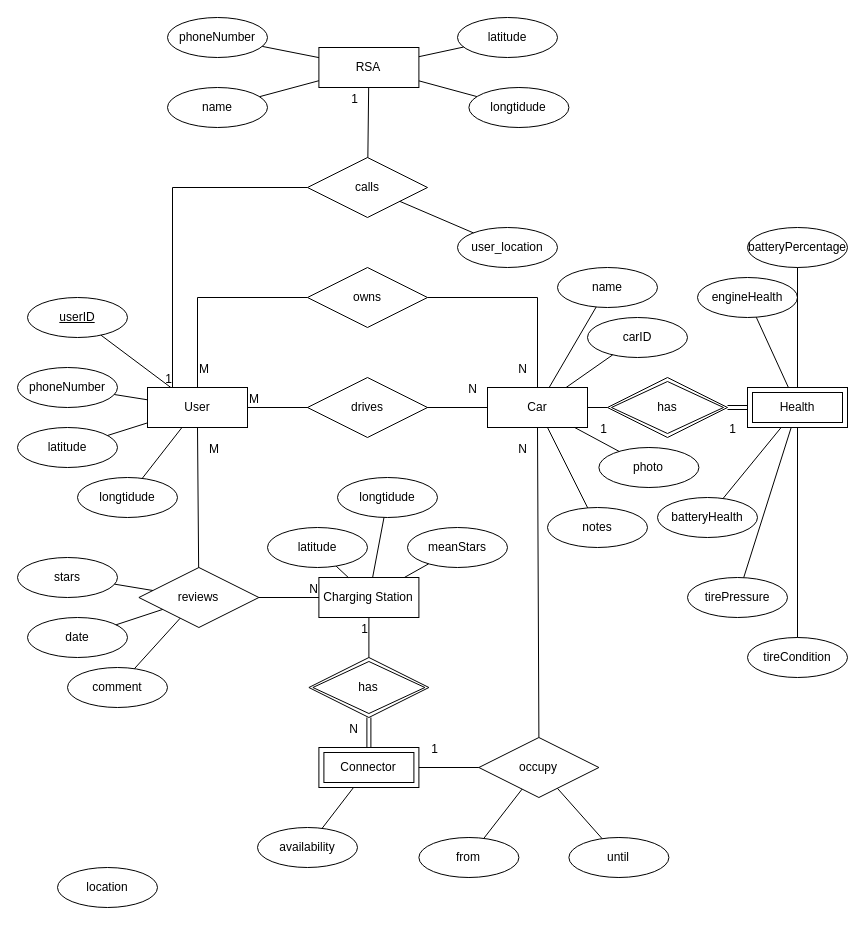
The draw.io diagram EVPoint ERdiagram.drawio in johnkouk469/DatabasesCourse2021, before the edit. Source tidied: cells renumbered, new cells numbered last; positions are measured from the earlier drawing's top-left corner, leaving out a move shared by most shapes. Both pictures are drawn from the tidied source at 100%, with x=0, y=0 at pixel (17, 17).
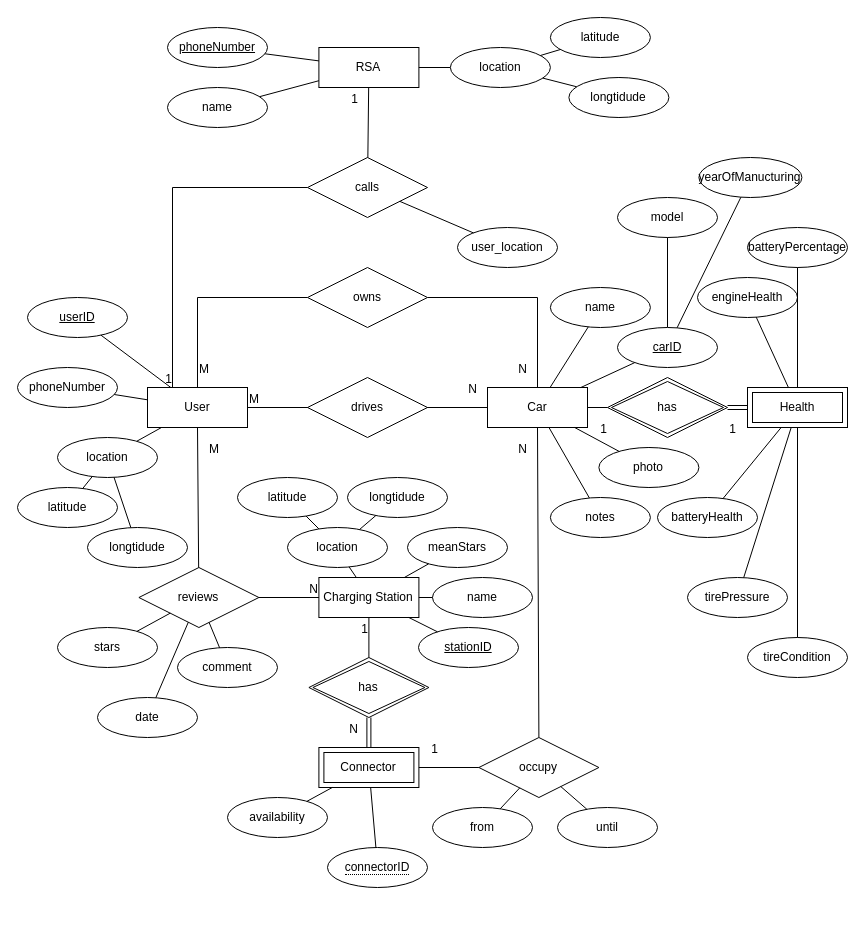
The same diagram, later.

The change refers to these unchanged cells:
```xml
<mxCell id="2" value="User" style="whiteSpace=wrap;html=1;align=center;" parent="1" vertex="1">
  <mxGeometry x="130" y="370" width="100" height="40" as="geometry" />
</mxCell>
<mxCell id="3" value="Charging Station" style="whiteSpace=wrap;html=1;align=center;" parent="1" vertex="1">
  <mxGeometry x="301.4" y="560" width="100" height="40" as="geometry" />
</mxCell>
<mxCell id="34" value="RSA" style="whiteSpace=wrap;html=1;align=center;" parent="1" vertex="1">
  <mxGeometry x="301.4" y="30" width="100" height="40" as="geometry" />
</mxCell>
<mxCell id="38" value="Connector" style="shape=ext;margin=3;double=1;whiteSpace=wrap;html=1;align=center;" parent="1" vertex="1">
  <mxGeometry x="301.4" y="730" width="100" height="40" as="geometry" />
</mxCell>
```

What changed in the source:
```diff
@@
     <mxCell id="28" value="date" style="ellipse;whiteSpace=wrap;html=1;align=center;" parent="1" vertex="1">
-      <mxGeometry x="10" y="600" width="100" height="40" as="geometry" />
+      <mxGeometry x="80" y="680" width="100" height="40" as="geometry" />
     </mxCell>
@@
     <mxCell id="30" value="until" style="ellipse;whiteSpace=wrap;html=1;align=center;" parent="1" vertex="1">
-      <mxGeometry x="551.4" y="820" width="100" height="40" as="geometry" />
+      <mxGeometry x="540" y="790" width="100" height="40" as="geometry" />
     </mxCell>
     <mxCell id="31" value="from" style="ellipse;whiteSpace=wrap;html=1;align=center;" parent="1" vertex="1">
-      <mxGeometry x="401.4" y="820" width="100" height="40" as="geometry" />
+      <mxGeometry x="415" y="790" width="100" height="40" as="geometry" />
     </mxCell>
@@
-    <mxCell id="51" value="latitude" style="ellipse;whiteSpace=wrap;html=1;align=center;" parent="1" vertex="1">
-      <mxGeometry y="410" width="100" height="40" as="geometry" />
-    </mxCell>
-    <mxCell id="52" value="longtidude" style="ellipse;whiteSpace=wrap;html=1;align=center;" parent="1" vertex="1">
-      <mxGeometry x="60" y="460" width="100" height="40" as="geometry" />
-    </mxCell>
@@
-    <mxCell id="56" style="endArrow=none;html=1;rounded=0;" parent="1" edge="1" source="51" target="2">
-      <mxGeometry relative="1" as="geometry" />
-    </mxCell>
-    <mxCell id="57" style="endArrow=none;html=1;rounded=0;" parent="1" edge="1" source="52" target="2">
+    <mxCell id="57" style="endArrow=none;html=1;rounded=0;" parent="1" edge="1" source="107" target="2">
       <mxGeometry relative="1" as="geometry" />
     </mxCell>
-    <mxCell id="58" value="longtidude" style="ellipse;whiteSpace=wrap;html=1;align=center;" parent="1" vertex="1">
-      <mxGeometry x="320" y="460" width="100" height="40" as="geometry" />
-    </mxCell>
-    <mxCell id="59" value="latitude" style="ellipse;whiteSpace=wrap;html=1;align=center;" parent="1" vertex="1">
-      <mxGeometry x="250" y="510" width="100" height="40" as="geometry" />
-    </mxCell>
-    <mxCell id="60" style="endArrow=none;html=1;rounded=0;" parent="1" edge="1" source="58" target="3">
-      <mxGeometry relative="1" as="geometry" />
-    </mxCell>
-    <mxCell id="61" style="endArrow=none;html=1;rounded=0;" parent="1" edge="1" source="59" target="3">
+    <mxCell id="61" style="endArrow=none;html=1;rounded=0;" parent="1" edge="1" source="97" target="3">
       <mxGeometry relative="1" as="geometry" />
     </mxCell>
     <mxCell id="62" value="stars" style="ellipse;whiteSpace=wrap;html=1;align=center;" parent="1" vertex="1">
-      <mxGeometry y="540" width="100" height="40" as="geometry" />
+      <mxGeometry x="40" y="610" width="100" height="40" as="geometry" />
     </mxCell>
@@
     <mxCell id="64" value="comment" style="ellipse;whiteSpace=wrap;html=1;align=center;" parent="1" vertex="1">
-      <mxGeometry x="50" y="650" width="100" height="40" as="geometry" />
+      <mxGeometry x="160" y="630" width="100" height="40" as="geometry" />
     </mxCell>
@@
     <mxCell id="68" value="availability" style="ellipse;whiteSpace=wrap;html=1;align=center;" parent="1" vertex="1">
-      <mxGeometry x="240" y="810" width="100" height="40" as="geometry" />
+      <mxGeometry x="210" y="780" width="100" height="40" as="geometry" />
     </mxCell>
@@
     <mxCell id="70" value="name" style="ellipse;whiteSpace=wrap;html=1;align=center;" parent="1" vertex="1">
-      <mxGeometry x="540" y="250" width="100" height="40" as="geometry" />
+      <mxGeometry x="532.9" y="270" width="100" height="40" as="geometry" />
     </mxCell>
-    <mxCell id="71" value="carID" style="ellipse;whiteSpace=wrap;html=1;align=center;" parent="1" vertex="1">
-      <mxGeometry x="570" y="300" width="100" height="40" as="geometry" />
-    </mxCell>
@@
     <mxCell id="73" value="notes" style="ellipse;whiteSpace=wrap;html=1;align=center;" parent="1" vertex="1">
-      <mxGeometry x="530" y="490" width="100" height="40" as="geometry" />
+      <mxGeometry x="532.9" y="480" width="100" height="40" as="geometry" />
     </mxCell>
@@
-    <mxCell id="88" value="location" style="ellipse;whiteSpace=wrap;html=1;align=center;" parent="1" vertex="1">
-      <mxGeometry x="40" y="850" width="100" height="40" as="geometry" />
-    </mxCell>
-    <mxCell id="89" value="latitude" style="ellipse;whiteSpace=wrap;html=1;align=center;" parent="1" vertex="1">
-      <mxGeometry x="440" width="100" height="40" as="geometry" />
-    </mxCell>
-    <mxCell id="90" style="endArrow=none;html=1;rounded=0;" parent="1" edge="1" source="34" target="89">
-      <mxGeometry relative="1" as="geometry" />
-    </mxCell>
-    <mxCell id="91" value="longtidude" style="ellipse;whiteSpace=wrap;html=1;align=center;" parent="1" vertex="1">
-      <mxGeometry x="451.4" y="70" width="100" height="40" as="geometry" />
-    </mxCell>
-    <mxCell id="92" style="endArrow=none;html=1;rounded=0;" parent="1" edge="1" source="91" target="34">
+    <mxCell id="92" style="endArrow=none;html=1;rounded=0;" parent="1" edge="1" source="102" target="34">
       <mxGeometry relative="1" as="geometry" />
     </mxCell>
-    <mxCell id="93" value="phoneNumber" style="ellipse;whiteSpace=wrap;html=1;align=center;" parent="1" vertex="1">
-      <mxGeometry x="150" width="100" height="40" as="geometry" />
-    </mxCell>
@@
+    <mxCell id="97" value="location" style="ellipse;whiteSpace=wrap;html=1;align=center;" parent="1" vertex="1">
+      <mxGeometry x="270" y="510" width="100" height="40" as="geometry" />
+    </mxCell>
+    <mxCell id="98" value="latitude" style="ellipse;whiteSpace=wrap;html=1;align=center;" parent="1" vertex="1">
+      <mxGeometry x="220" y="460" width="100" height="40" as="geometry" />
+    </mxCell>
+    <mxCell id="99" value="longtidude" style="ellipse;whiteSpace=wrap;html=1;align=center;" parent="1" vertex="1">
+      <mxGeometry x="330" y="460" width="100" height="40" as="geometry" />
+    </mxCell>
+    <mxCell id="100" style="endArrow=none;html=1;rounded=0;" parent="1" edge="1" source="97" target="99">
+      <mxGeometry relative="1" as="geometry" />
+    </mxCell>
+    <mxCell id="101" style="endArrow=none;html=1;rounded=0;" parent="1" edge="1" source="97" target="98">
+      <mxGeometry relative="1" as="geometry" />
+    </mxCell>
+    <mxCell id="102" value="location" style="ellipse;whiteSpace=wrap;html=1;align=center;" parent="1" vertex="1">
+      <mxGeometry x="432.9" y="30" width="100" height="40" as="geometry" />
+    </mxCell>
+    <mxCell id="103" value="latitude" style="ellipse;whiteSpace=wrap;html=1;align=center;" parent="1" vertex="1">
+      <mxGeometry x="532.9" width="100" height="40" as="geometry" />
+    </mxCell>
+    <mxCell id="104" value="longtidude" style="ellipse;whiteSpace=wrap;html=1;align=center;" parent="1" vertex="1">
+      <mxGeometry x="551.4" y="60" width="100" height="40" as="geometry" />
+    </mxCell>
+    <mxCell id="105" style="endArrow=none;html=1;rounded=0;" parent="1" edge="1" source="102" target="104">
+      <mxGeometry relative="1" as="geometry" />
+    </mxCell>
+    <mxCell id="106" style="endArrow=none;html=1;rounded=0;" parent="1" edge="1" source="102" target="103">
+      <mxGeometry relative="1" as="geometry" />
+    </mxCell>
+    <mxCell id="107" value="location" style="ellipse;whiteSpace=wrap;html=1;align=center;" parent="1" vertex="1">
+      <mxGeometry x="40" y="420" width="100" height="40" as="geometry" />
+    </mxCell>
+    <mxCell id="108" value="latitude" style="ellipse;whiteSpace=wrap;html=1;align=center;" parent="1" vertex="1">
+      <mxGeometry y="470" width="100" height="40" as="geometry" />
+    </mxCell>
+    <mxCell id="109" value="longtidude" style="ellipse;whiteSpace=wrap;html=1;align=center;" parent="1" vertex="1">
+      <mxGeometry x="70" y="510" width="100" height="40" as="geometry" />
+    </mxCell>
+    <mxCell id="110" style="endArrow=none;html=1;rounded=0;" parent="1" edge="1" source="107" target="109">
+      <mxGeometry relative="1" as="geometry" />
+    </mxCell>
+    <mxCell id="111" style="endArrow=none;html=1;rounded=0;" parent="1" edge="1" source="107" target="108">
+      <mxGeometry relative="1" as="geometry" />
+    </mxCell>
+    <mxCell id="112" value="model" style="ellipse;whiteSpace=wrap;html=1;align=center;" parent="1" vertex="1">
+      <mxGeometry x="600" y="180" width="100" height="40" as="geometry" />
+    </mxCell>
+    <mxCell id="113" style="endArrow=none;html=1;rounded=0;" parent="1" edge="1" source="71" target="112">
+      <mxGeometry relative="1" as="geometry" />
+    </mxCell>
+    <mxCell id="114" value="yearOfManucturing" style="ellipse;whiteSpace=wrap;html=1;align=center;" parent="1" vertex="1">
+      <mxGeometry x="681.4" y="140" width="103" height="40" as="geometry" />
+    </mxCell>
+    <mxCell id="115" style="endArrow=none;html=1;rounded=0;" parent="1" edge="1" source="71" target="114">
+      <mxGeometry relative="1" as="geometry" />
+    </mxCell>
+    <mxCell id="71" value="carID" style="ellipse;whiteSpace=wrap;html=1;align=center;fontStyle=4;" parent="1" vertex="1">
+      <mxGeometry x="600" y="310" width="100" height="40" as="geometry" />
+    </mxCell>
+    <mxCell id="116" value="&lt;span style=&quot;border-bottom: 1px dotted&quot;&gt;connectorID&lt;/span&gt;" style="ellipse;whiteSpace=wrap;html=1;align=center;" parent="1" vertex="1">
+      <mxGeometry x="310" y="830" width="100" height="40" as="geometry" />
+    </mxCell>
+    <mxCell id="117" style="endArrow=none;html=1;rounded=0;" parent="1" edge="1" source="38" target="116">
+      <mxGeometry relative="1" as="geometry" />
+    </mxCell>
+    <mxCell id="118" value="stationID" style="ellipse;whiteSpace=wrap;html=1;align=center;fontStyle=4;" parent="1" vertex="1">
+      <mxGeometry x="401" y="610" width="100" height="40" as="geometry" />
+    </mxCell>
+    <mxCell id="119" style="endArrow=none;html=1;rounded=0;" parent="1" edge="1" source="3" target="118">
+      <mxGeometry relative="1" as="geometry" />
+    </mxCell>
+    <mxCell id="120" value="name" style="ellipse;whiteSpace=wrap;html=1;align=center;" parent="1" vertex="1">
+      <mxGeometry x="415" y="560" width="100" height="40" as="geometry" />
+    </mxCell>
+    <mxCell id="121" style="endArrow=none;html=1;rounded=0;" parent="1" edge="1" source="3" target="120">
+      <mxGeometry relative="1" as="geometry" />
+    </mxCell>
+    <mxCell id="93" value="phoneNumber" style="ellipse;whiteSpace=wrap;html=1;align=center;fontStyle=4;" parent="1" vertex="1">
+      <mxGeometry x="150" y="10" width="100" height="40" as="geometry" />
+    </mxCell>
```
